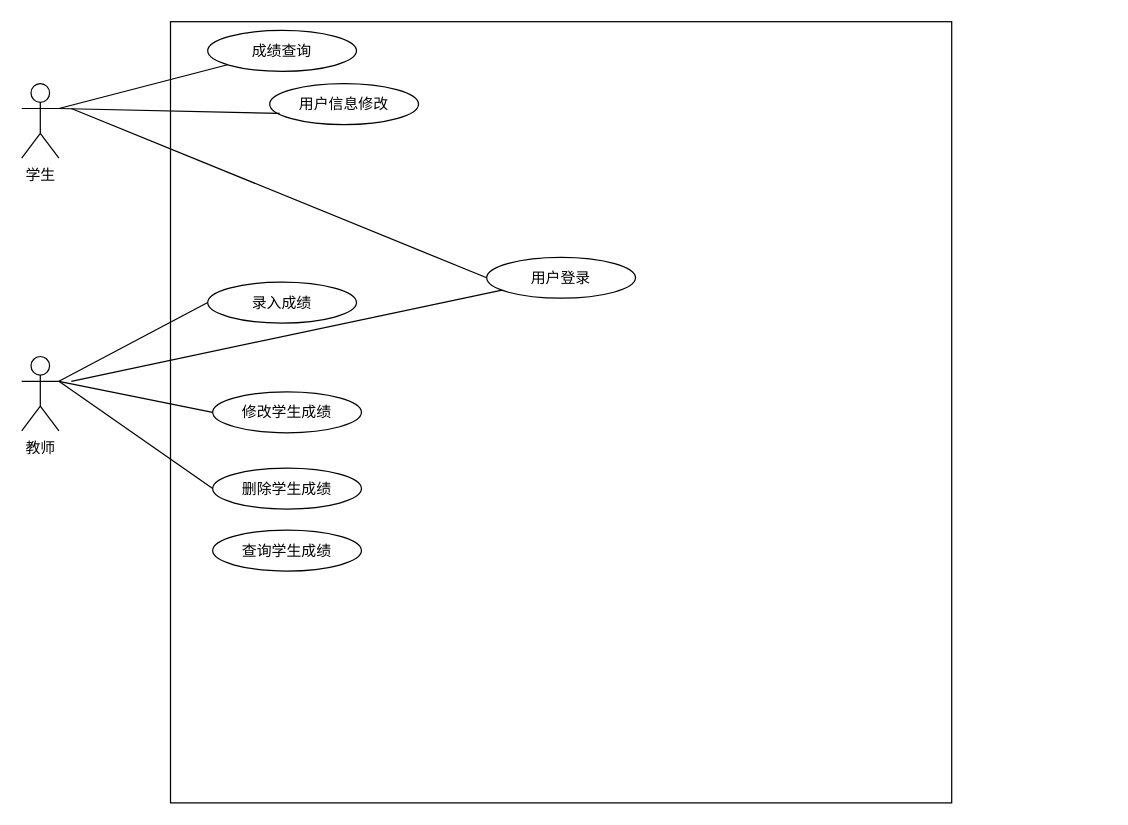
This is 学位-成绩管理系统.drawio from creazy412/none, a draw.io file, before an edit. Source tidied: cells renumbered, new cells numbered last; positions are measured from the earlier drawing's top-left corner, leaving out a move shared by most shapes. Both pictures are drawn from the tidied source at 124%, with x=0, y=0 at pixel (21, 21).
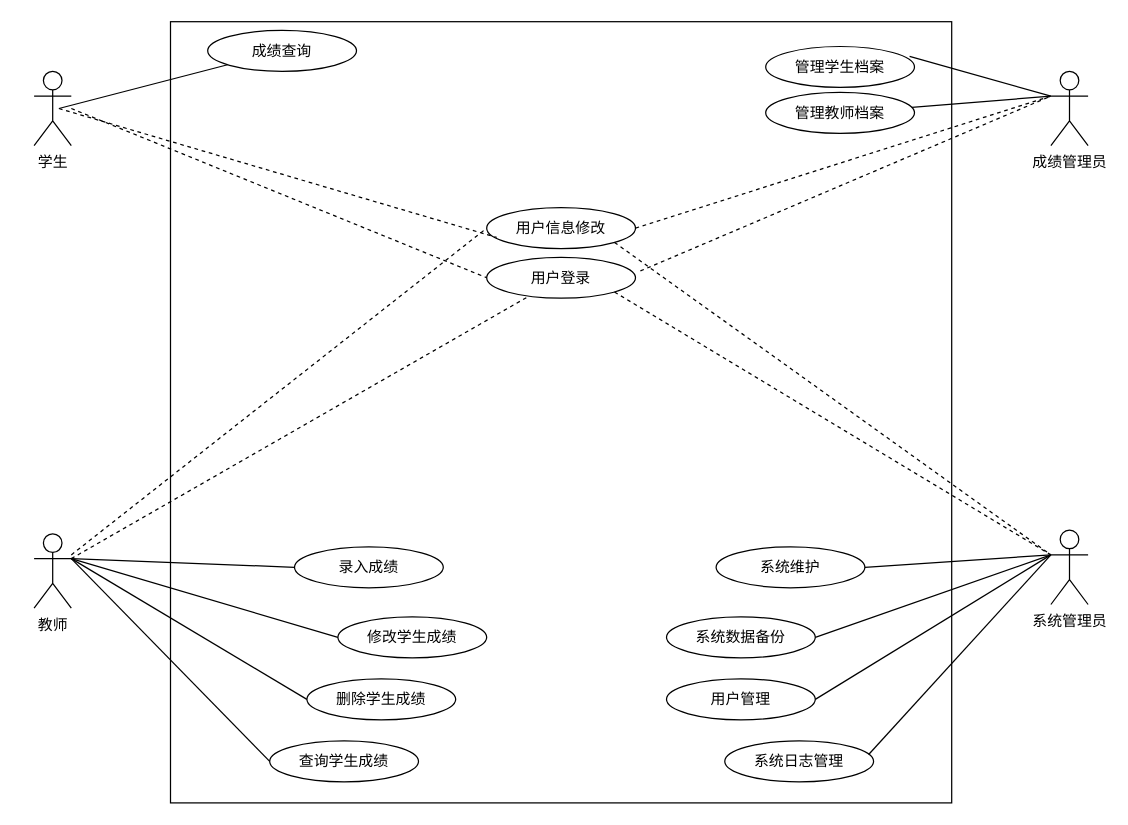
After the change.

Commit message (it also covers changes not shown here):
更新学位-成绩管理系统.drawio

Unchanged cells that the change refers to:
```xml
<mxCell id="7" value="用户登录" style="ellipse;whiteSpace=wrap;html=1;" parent="1" vertex="1">
  <mxGeometry x="375" y="190" width="120" height="33" as="geometry" />
</mxCell>
```

The edit, as a diff of the source:
```diff
@@
     <mxCell id="3" value="学生" style="shape=umlActor;verticalLabelPosition=bottom;verticalAlign=top;html=1;" parent="1" vertex="1">
-      <mxGeometry y="50" width="30" height="60" as="geometry" />
+      <mxGeometry x="10" y="40" width="30" height="60" as="geometry" />
     </mxCell>
@@
     <mxCell id="6" value="用户信息修改" style="ellipse;whiteSpace=wrap;html=1;" parent="1" vertex="1">
-      <mxGeometry x="200" y="50" width="120" height="33" as="geometry" />
+      <mxGeometry x="375" y="150" width="120" height="33" as="geometry" />
     </mxCell>
@@
-    <mxCell id="8" style="endArrow=none;html=1;rounded=0;entryX=0.067;entryY=0.727;entryDx=0;entryDy=0;entryPerimeter=0;" parent="1" edge="1" target="6">
+    <mxCell id="8" style="endArrow=none;html=1;rounded=0;entryX=0.067;entryY=0.727;entryDx=0;entryDy=0;entryPerimeter=0;dashed=1;" parent="1" edge="1" target="6">
       <mxGeometry relative="1" as="geometry">
         <mxPoint x="30" y="70" as="sourcePoint" />
       </mxGeometry>
     </mxCell>
-    <mxCell id="9" style="endArrow=none;html=1;rounded=0;entryX=0;entryY=0.5;entryDx=0;entryDy=0;" parent="1" edge="1" target="7">
+    <mxCell id="9" style="endArrow=none;html=1;rounded=0;entryX=0;entryY=0.5;entryDx=0;entryDy=0;dashed=1;" parent="1" edge="1" target="7">
       <mxGeometry relative="1" as="geometry">
         <mxPoint x="40" y="70" as="sourcePoint" />
       </mxGeometry>
     </mxCell>
     <mxCell id="10" value="教师" style="shape=umlActor;verticalLabelPosition=bottom;verticalAlign=top;html=1;outlineConnect=0;" parent="1" vertex="1">
-      <mxGeometry y="270" width="30" height="60" as="geometry" />
+      <mxGeometry x="10" y="413" width="30" height="60" as="geometry" />
     </mxCell>
     <mxCell id="11" value="录入成绩" style="ellipse;whiteSpace=wrap;html=1;" parent="1" vertex="1">
-      <mxGeometry x="150" y="210" width="120" height="33" as="geometry" />
+      <mxGeometry x="220" y="423.5" width="120" height="33" as="geometry" />
     </mxCell>
     <mxCell id="12" value="修改学生成绩" style="ellipse;whiteSpace=wrap;html=1;" parent="1" vertex="1">
-      <mxGeometry x="154" y="298.5" width="120" height="33" as="geometry" />
+      <mxGeometry x="255" y="480" width="120" height="33" as="geometry" />
     </mxCell>
     <mxCell id="13" value="删除学生成绩" style="ellipse;whiteSpace=wrap;html=1;" parent="1" vertex="1">
-      <mxGeometry x="154" y="360" width="120" height="33" as="geometry" />
+      <mxGeometry x="230" y="530" width="120" height="33" as="geometry" />
     </mxCell>
@@
-    <mxCell id="15" style="endArrow=none;html=1;rounded=0;entryX=0;entryY=0.5;entryDx=0;entryDy=0;" parent="1" edge="1" target="12">
-      <mxGeometry relative="1" as="geometry">
-        <mxPoint x="30" y="290" as="sourcePoint" />
-      </mxGeometry>
+    <mxCell id="15" style="endArrow=none;html=1;rounded=0;entryX=0;entryY=0.5;entryDx=0;entryDy=0;exitX=1;exitY=0.3333333333333333;exitDx=0;exitDy=0;exitPerimeter=0;" parent="1" edge="1" source="10" target="12">
+      <mxGeometry relative="1" as="geometry" />
     </mxCell>
@@
-    <mxCell id="17" style="endArrow=none;html=1;rounded=0;" parent="1" edge="1" target="7">
-      <mxGeometry relative="1" as="geometry">
-        <mxPoint x="40" y="290" as="sourcePoint" />
-      </mxGeometry>
+    <mxCell id="17" style="endArrow=none;html=1;rounded=0;dashed=1;exitX=1;exitY=0.3333333333333333;exitDx=0;exitDy=0;exitPerimeter=0;" parent="1" edge="1" source="10" target="7">
+      <mxGeometry relative="1" as="geometry" />
     </mxCell>
     <mxCell id="18" value="查询学生成绩" style="ellipse;whiteSpace=wrap;html=1;" parent="1" vertex="1">
-      <mxGeometry x="154" y="410" width="120" height="33" as="geometry" />
+      <mxGeometry x="200" y="580" width="120" height="33" as="geometry" />
     </mxCell>
+    <mxCell id="19" style="endArrow=none;html=1;rounded=0;entryX=0;entryY=0.5;entryDx=0;entryDy=0;dashed=1;" parent="1" edge="1" target="6">
+      <mxGeometry relative="1" as="geometry">
+        <mxPoint x="40" y="430" as="sourcePoint" />
+      </mxGeometry>
+    </mxCell>
+    <mxCell id="20" style="endArrow=none;html=1;rounded=0;exitX=1;exitY=0.3333333333333333;exitDx=0;exitDy=0;exitPerimeter=0;entryX=0;entryY=0.5;entryDx=0;entryDy=0;" parent="1" edge="1" source="10" target="18">
+      <mxGeometry relative="1" as="geometry" />
+    </mxCell>
+    <mxCell id="21" style="endArrow=none;html=1;rounded=0;entryX=0;entryY=0.3333333333333333;entryDx=0;entryDy=0;entryPerimeter=0;exitX=1;exitY=0.5;exitDx=0;exitDy=0;dashed=1;" parent="1" edge="1" source="6" target="38">
+      <mxGeometry relative="1" as="geometry" />
+    </mxCell>
+    <mxCell id="22" style="endArrow=none;html=1;rounded=0;exitX=1.033;exitY=0.333;exitDx=0;exitDy=0;exitPerimeter=0;dashed=1;entryX=0;entryY=0.3333333333333333;entryDx=0;entryDy=0;entryPerimeter=0;" parent="1" edge="1" source="7" target="38">
+      <mxGeometry relative="1" as="geometry" />
+    </mxCell>
+    <mxCell id="23" value="管理学生档案" style="ellipse;whiteSpace=wrap;html=1;" parent="1" vertex="1">
+      <mxGeometry x="600" y="20" width="120" height="33" as="geometry" />
+    </mxCell>
+    <mxCell id="24" value="管理教师档案" style="ellipse;whiteSpace=wrap;html=1;" parent="1" vertex="1">
+      <mxGeometry x="600" y="57" width="120" height="33" as="geometry" />
+    </mxCell>
+    <mxCell id="25" style="endArrow=none;html=1;rounded=0;entryX=0;entryY=0.3333333333333333;entryDx=0;entryDy=0;entryPerimeter=0;" parent="1" edge="1" source="24" target="38">
+      <mxGeometry relative="1" as="geometry" />
+    </mxCell>
+    <mxCell id="26" value="系统管理员" style="shape=umlActor;verticalLabelPosition=bottom;verticalAlign=top;html=1;outlineConnect=0;" parent="1" vertex="1">
+      <mxGeometry x="830" y="410" width="30" height="60" as="geometry" />
+    </mxCell>
+    <mxCell id="27" value="系统维护" style="ellipse;whiteSpace=wrap;html=1;" parent="1" vertex="1">
+      <mxGeometry x="560" y="423.5" width="120" height="33" as="geometry" />
+    </mxCell>
+    <mxCell id="28" value="系统数据备份" style="ellipse;whiteSpace=wrap;html=1;" parent="1" vertex="1">
+      <mxGeometry x="520" y="480" width="120" height="33" as="geometry" />
+    </mxCell>
+    <mxCell id="29" value="用户管理" style="ellipse;whiteSpace=wrap;html=1;" parent="1" vertex="1">
+      <mxGeometry x="520" y="530" width="120" height="33" as="geometry" />
+    </mxCell>
+    <mxCell id="30" value="系统日志管理" style="ellipse;whiteSpace=wrap;html=1;" parent="1" vertex="1">
+      <mxGeometry x="567" y="580" width="120" height="33" as="geometry" />
+    </mxCell>
+    <mxCell id="31" style="endArrow=none;html=1;rounded=0;entryX=0;entryY=0.3333333333333333;entryDx=0;entryDy=0;entryPerimeter=0;exitX=1;exitY=0.5;exitDx=0;exitDy=0;" parent="1" edge="1" source="27" target="26">
+      <mxGeometry relative="1" as="geometry" />
+    </mxCell>
+    <mxCell id="32" style="endArrow=none;html=1;rounded=0;entryX=0;entryY=0.3333333333333333;entryDx=0;entryDy=0;entryPerimeter=0;exitX=1;exitY=1;exitDx=0;exitDy=0;dashed=1;" parent="1" edge="1" source="6" target="26">
+      <mxGeometry relative="1" as="geometry" />
+    </mxCell>
+    <mxCell id="33" style="endArrow=none;html=1;rounded=0;entryX=0;entryY=0.3333333333333333;entryDx=0;entryDy=0;entryPerimeter=0;exitX=1;exitY=1;exitDx=0;exitDy=0;dashed=1;" parent="1" edge="1" source="7" target="26">
+      <mxGeometry relative="1" as="geometry" />
+    </mxCell>
+    <mxCell id="34" style="endArrow=none;html=1;rounded=0;exitX=1;exitY=0.5;exitDx=0;exitDy=0;" parent="1" edge="1" source="28">
+      <mxGeometry relative="1" as="geometry">
+        <mxPoint x="830" y="430" as="targetPoint" />
+      </mxGeometry>
+    </mxCell>
+    <mxCell id="35" style="endArrow=none;html=1;rounded=0;exitX=1;exitY=0.5;exitDx=0;exitDy=0;entryX=0;entryY=0.3333333333333333;entryDx=0;entryDy=0;entryPerimeter=0;" parent="1" edge="1" source="29" target="26">
+      <mxGeometry relative="1" as="geometry" />
+    </mxCell>
+    <mxCell id="36" style="endArrow=none;html=1;rounded=0;exitX=0.967;exitY=0.333;exitDx=0;exitDy=0;exitPerimeter=0;" parent="1" edge="1" source="30">
+      <mxGeometry relative="1" as="geometry">
+        <mxPoint x="830" y="430" as="targetPoint" />
+      </mxGeometry>
+    </mxCell>
+    <mxCell id="37" style="endArrow=none;html=1;rounded=0;exitX=0.967;exitY=0.242;exitDx=0;exitDy=0;exitPerimeter=0;entryX=0;entryY=0.3333333333333333;entryDx=0;entryDy=0;entryPerimeter=0;" parent="1" edge="1" source="23" target="38">
+      <mxGeometry relative="1" as="geometry" />
+    </mxCell>
+    <mxCell id="38" value="成绩管理员" style="shape=umlActor;verticalLabelPosition=bottom;verticalAlign=top;html=1;outlineConnect=0;" parent="1" vertex="1">
+      <mxGeometry x="830" y="40" width="30" height="60" as="geometry" />
+    </mxCell>
```
